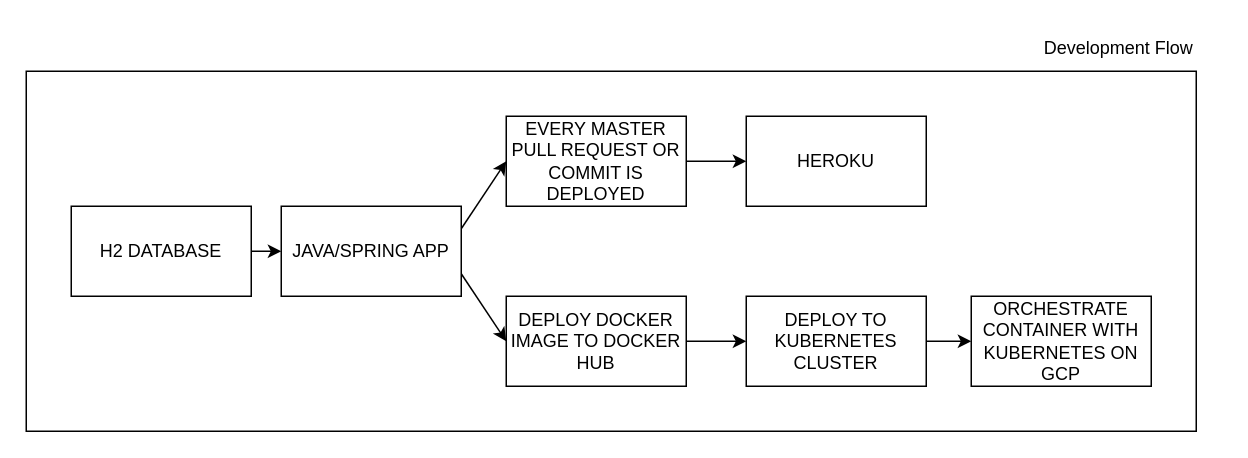
pedroluiznogueira/vehicle-catalog keeps this draw.io diagram as documentation/architecture/back-end/back-end.drawio. Above is the earlier version. Source tidied: cells renumbered, new cells numbered last; positions are measured from the earlier drawing's top-left corner, leaving out a move shared by most shapes. Both pictures are drawn from the tidied source at 150%, with x=0, y=0 at pixel (26, 26).
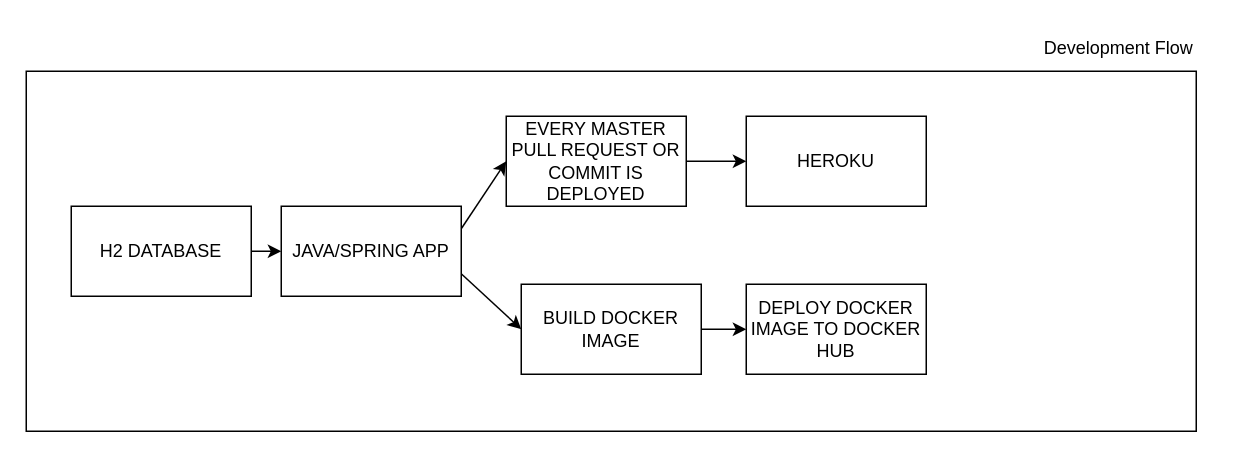
The same page after the edit.

Change to the diagram source:
```diff
@@
 <mxGraphModel>
   <root>
     <mxCell id="0" />
     <mxCell id="1" parent="0" />
     <mxCell id="2" style="rounded=0;whiteSpace=wrap;html=1;" parent="1" vertex="1">
       <mxGeometry y="30" width="780" height="240" as="geometry" />
     </mxCell>
     <mxCell id="3" value="Development Flow" style="text;html=1;strokeColor=none;fillColor=none;align=center;verticalAlign=middle;whiteSpace=wrap;rounded=0;" parent="1" vertex="1">
       <mxGeometry x="660" width="137" height="30" as="geometry" />
     </mxCell>
     <mxCell id="4" style="edgeStyle=none;html=1;exitX=1;exitY=0.5;exitDx=0;exitDy=0;entryX=0;entryY=0.5;entryDx=0;entryDy=0;" parent="1" edge="1" source="5" target="8">
       <mxGeometry relative="1" as="geometry" />
     </mxCell>
     <mxCell id="5" value="H2 DATABASE" style="rounded=0;whiteSpace=wrap;html=1;" parent="1" vertex="1">
       <mxGeometry x="30" y="120" width="120" height="60" as="geometry" />
     </mxCell>
     <mxCell id="6" style="edgeStyle=none;html=1;exitX=1;exitY=0.25;exitDx=0;exitDy=0;entryX=0;entryY=0.5;entryDx=0;entryDy=0;" parent="1" edge="1" source="8" target="15">
       <mxGeometry relative="1" as="geometry" />
     </mxCell>
     <mxCell id="7" style="edgeStyle=none;html=1;exitX=1;exitY=0.75;exitDx=0;exitDy=0;entryX=0;entryY=0.5;entryDx=0;entryDy=0;" parent="1" edge="1" source="8" target="10">
       <mxGeometry relative="1" as="geometry" />
     </mxCell>
     <mxCell id="8" value="JAVA/SPRING APP" style="rounded=0;whiteSpace=wrap;html=1;" parent="1" vertex="1">
       <mxGeometry x="170" y="120" width="120" height="60" as="geometry" />
     </mxCell>
-    <mxCell id="9" style="edgeStyle=none;html=1;exitX=1;exitY=0.5;exitDx=0;exitDy=0;entryX=0;entryY=0.5;entryDx=0;entryDy=0;" parent="1" edge="1" source="10" target="12">
-      <mxGeometry relative="1" as="geometry" />
-    </mxCell>
+    <mxCell id="17" style="edgeStyle=none;html=1;exitX=1;exitY=0.5;exitDx=0;exitDy=0;entryX=0;entryY=0.5;entryDx=0;entryDy=0;" parent="1" edge="1" source="10" target="18">
+      <mxGeometry relative="1" as="geometry" />
+    </mxCell>
-    <mxCell id="10" value="DEPLOY DOCKER IMAGE TO DOCKER HUB" style="rounded=0;whiteSpace=wrap;html=1;" parent="1" vertex="1">
-      <mxGeometry x="320" y="180" width="120" height="60" as="geometry" />
+    <mxCell id="10" value="BUILD DOCKER IMAGE" style="rounded=0;whiteSpace=wrap;html=1;" parent="1" vertex="1">
+      <mxGeometry x="330" y="172" width="120" height="60" as="geometry" />
     </mxCell>
-    <mxCell id="11" style="edgeStyle=none;html=1;exitX=1;exitY=0.5;exitDx=0;exitDy=0;entryX=0;entryY=0.5;entryDx=0;entryDy=0;" parent="1" edge="1" source="12" target="13">
-      <mxGeometry relative="1" as="geometry" />
-    </mxCell>
-    <mxCell id="12" value="DEPLOY TO KUBERNETES CLUSTER" style="rounded=0;whiteSpace=wrap;html=1;" parent="1" vertex="1">
-      <mxGeometry x="480" y="180" width="120" height="60" as="geometry" />
-    </mxCell>
-    <mxCell id="13" value="ORCHESTRATE CONTAINER WITH KUBERNETES ON GCP" style="rounded=0;whiteSpace=wrap;html=1;" parent="1" vertex="1">
-      <mxGeometry x="630" y="180" width="120" height="60" as="geometry" />
-    </mxCell>
     <mxCell id="14" style="edgeStyle=none;html=1;exitX=1;exitY=0.5;exitDx=0;exitDy=0;entryX=0;entryY=0.5;entryDx=0;entryDy=0;" parent="1" edge="1" source="15" target="16">
       <mxGeometry relative="1" as="geometry" />
     </mxCell>
     <mxCell id="15" value="EVERY MASTER PULL REQUEST OR COMMIT IS DEPLOYED" style="rounded=0;whiteSpace=wrap;html=1;" parent="1" vertex="1">
       <mxGeometry x="320" y="60" width="120" height="60" as="geometry" />
     </mxCell>
     <mxCell id="16" value="HEROKU" style="rounded=0;whiteSpace=wrap;html=1;" parent="1" vertex="1">
       <mxGeometry x="480" y="60" width="120" height="60" as="geometry" />
     </mxCell>
+    <mxCell id="18" value="DEPLOY DOCKER IMAGE TO DOCKER HUB" style="rounded=0;whiteSpace=wrap;html=1;" parent="1" vertex="1">
+      <mxGeometry x="480" y="172" width="120" height="60" as="geometry" />
+    </mxCell>
   </root>
 </mxGraphModel>
```
